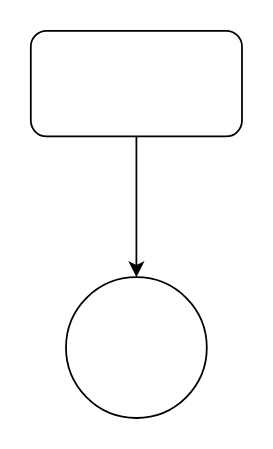
Earlier version of the draw.io diagram 未命名绘图.drawio (ynbgit/chart). Source tidied: cells renumbered, new cells numbered last; positions are measured from the earlier drawing's top-left corner, leaving out a move shared by most shapes. Both pictures are drawn from the tidied source at 176%, with x=0, y=0 at pixel (30, 30).
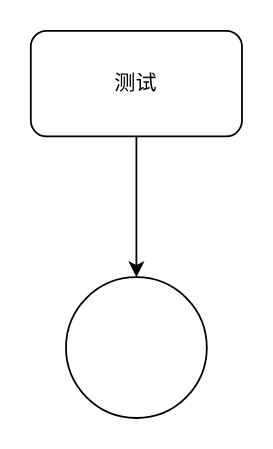
The same page after the edit.

Commit message:
更新未命名绘图.drawio

The edit, as a diff of the source:
```diff
@@
 <mxGraphModel>
   <root>
     <mxCell id="0" />
     <mxCell id="1" parent="0" />
     <mxCell id="2" style="edgeStyle=orthogonalEdgeStyle;rounded=0;jettySize=auto;html=1;" parent="1" edge="1" source="3" target="4">
       <mxGeometry relative="1" as="geometry" />
     </mxCell>
-    <mxCell id="3" style="rounded=1;whiteSpace=wrap;html=1;" parent="1" vertex="1">
+    <mxCell id="3" value="测试" style="rounded=1;whiteSpace=wrap;html=1;" parent="1" vertex="1">
       <mxGeometry width="120" height="60" as="geometry" />
     </mxCell>
     <mxCell id="4" style="ellipse;whiteSpace=wrap;html=1;" parent="1" vertex="1">
       <mxGeometry x="20" y="140" width="80" height="80" as="geometry" />
     </mxCell>
   </root>
 </mxGraphModel>
```
